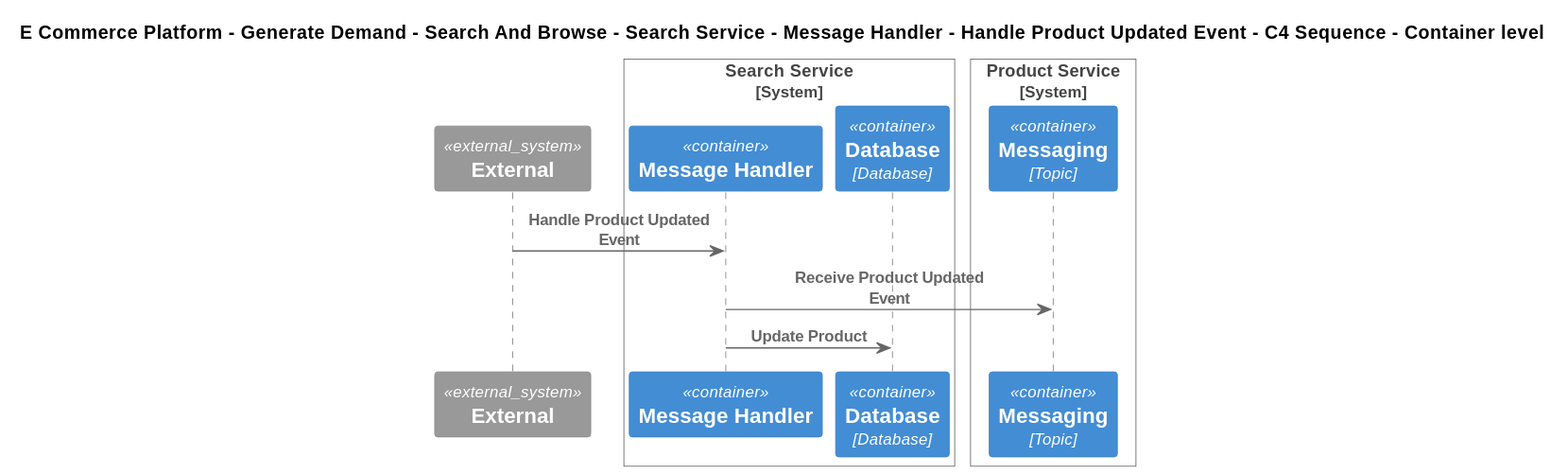
Above: Samples/E-Commerce Platform/Yaml/Diagrams/E Commerce Platform/Generate Demand/Search And Browse/Software Systems/Search Service/Containers/Message Handler/Interfaces/Handle Product Updated Event/Container - C4 Sequence.svg in mnadenysenko/C4InterFlow (PlantUML), before the change.
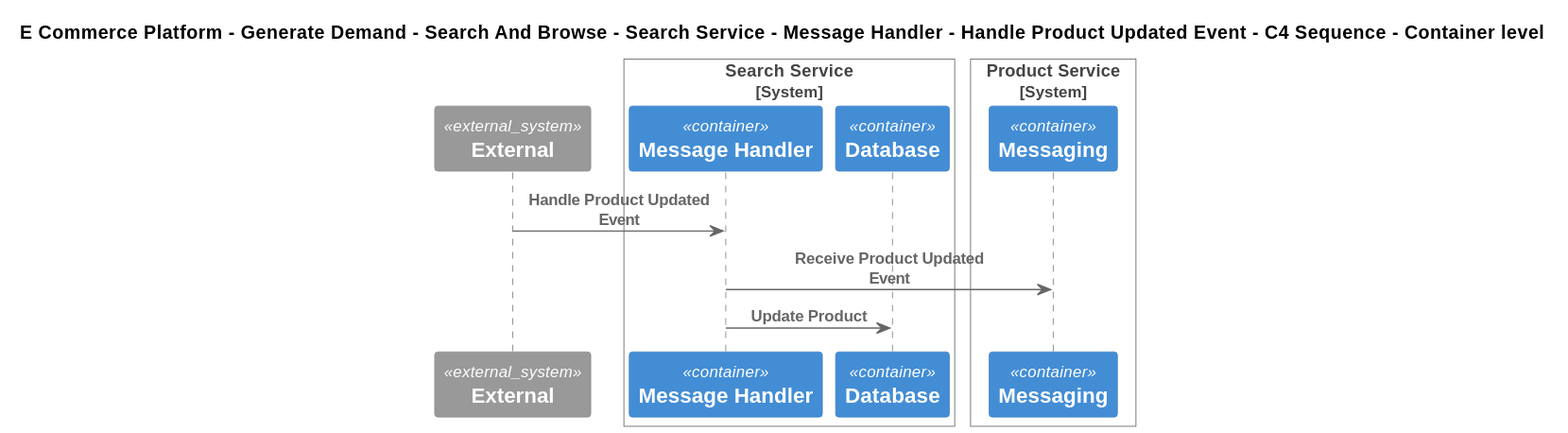
After the commit.

Change to the diagram source:
```diff
@@ -8,11 +8,11 @@
 
 System_Boundary(ECommercePlatform.GenerateDemand.SearchAndBrowse.SoftwareSystems.SearchService, "Search Service")
     Container(ECommercePlatform.GenerateDemand.SearchAndBrowse.SoftwareSystems.SearchService.Containers.MessageHandler, "Message Handler", "", "")
-    ContainerDb(ECommercePlatform.GenerateDemand.SearchAndBrowse.SoftwareSystems.SearchService.Containers.Database, "Database", "Database", "")
+    ContainerDb(ECommercePlatform.GenerateDemand.SearchAndBrowse.SoftwareSystems.SearchService.Containers.Database, "Database", "", "")
 Boundary_End()
 
 System_Boundary(ECommercePlatform.CreateProduct.ProductInformationManagement.SoftwareSystems.ProductService, "Product Service")
-    ContainerQueue(ECommercePlatform.CreateProduct.ProductInformationManagement.SoftwareSystems.ProductService.Containers.Messaging, "Messaging", "Topic", "")
+    ContainerQueue(ECommercePlatform.CreateProduct.ProductInformationManagement.SoftwareSystems.ProductService.Containers.Messaging, "Messaging", "", "")
 Boundary_End()
 
 Rel(C4InterFlow.SoftwareSystems.ExternalSystem, ECommercePlatform.GenerateDemand.SearchAndBrowse.SoftwareSystems.SearchService.Containers.MessageHandler, "Handle Product Updated Event")
```
